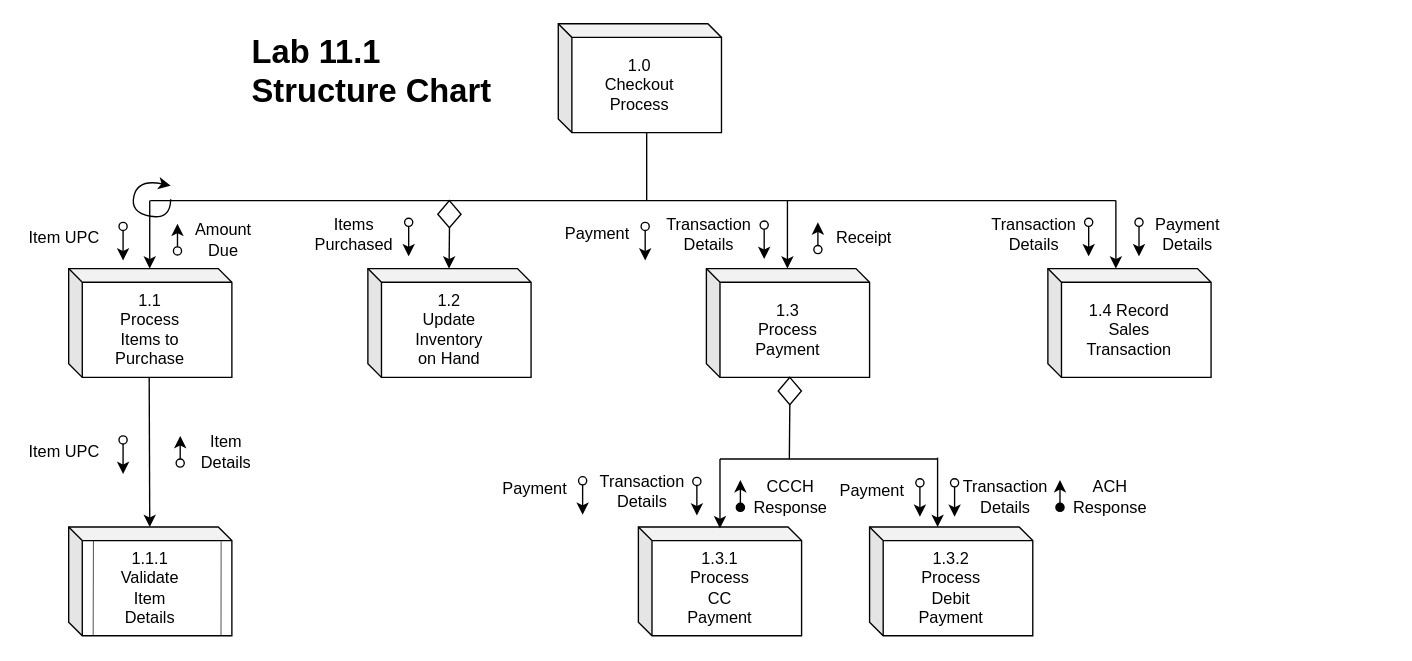
Above: week03/structure chard.drawio in Verokeli/demo02 (draw.io), before the change. Source tidied: cells renumbered, new cells numbered last; positions are measured from the earlier drawing's top-left corner, leaving out a move shared by most shapes. Both pictures are drawn from the tidied source at 136%, with x=0, y=0 at pixel (23, 23).
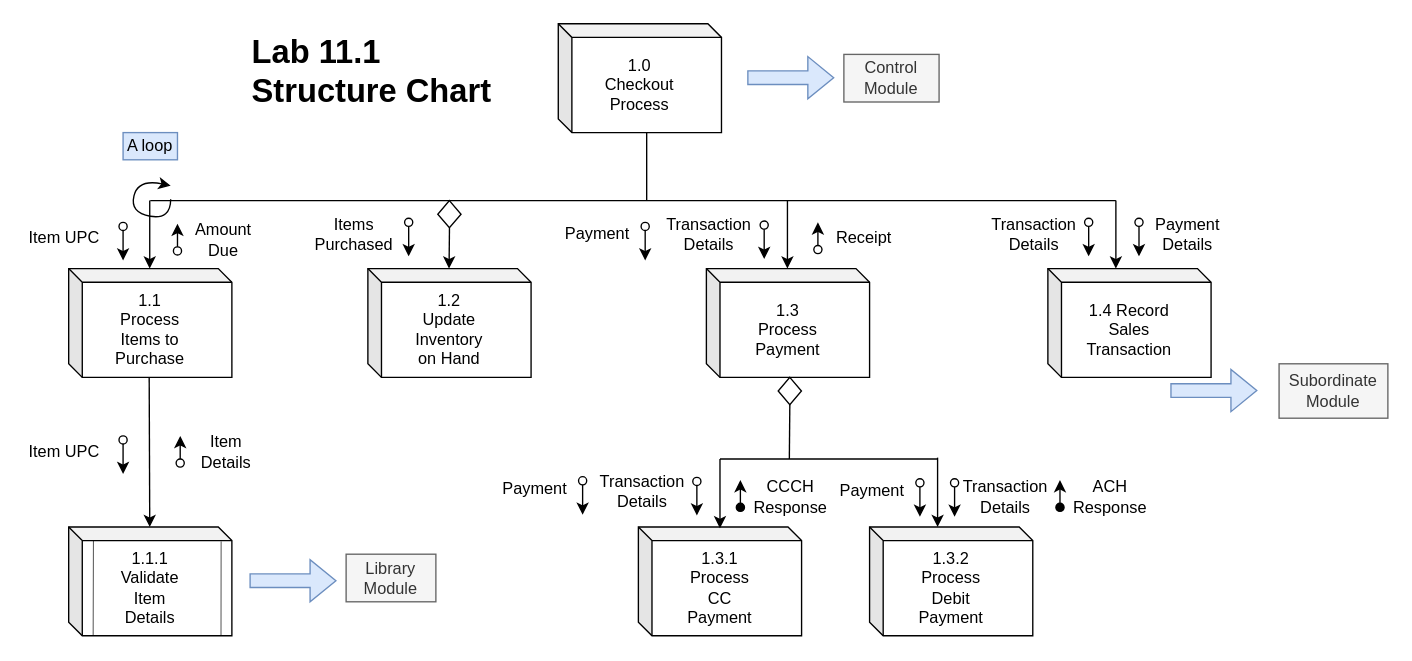
The same diagram, later.

Diff of the diagram source:
```diff
@@
+    <mxCell id="67" style="shape=flexArrow;endArrow=classic;html=1;rounded=0;fillColor=#dae8fc;strokeColor=#6c8ebf;" parent="1" edge="1">
+      <mxGeometry relative="1" as="geometry">
+        <mxPoint x="531.9" y="39.6" as="sourcePoint" />
+        <mxPoint x="596" y="39.6" as="targetPoint" />
+      </mxGeometry>
+    </mxCell>
+    <mxCell id="68" value="Control Module" style="text;html=1;align=center;verticalAlign=middle;whiteSpace=wrap;rounded=0;fillColor=#f5f5f5;fontColor=#333333;strokeColor=#666666;" parent="1" vertex="1">
+      <mxGeometry x="603" y="22.5" width="70" height="35" as="geometry" />
+    </mxCell>
+    <mxCell id="69" style="shape=flexArrow;endArrow=classic;html=1;rounded=0;fillColor=#dae8fc;strokeColor=#6c8ebf;" parent="1" edge="1">
+      <mxGeometry relative="1" as="geometry">
+        <mxPoint x="165.9" y="409.5" as="sourcePoint" />
+        <mxPoint x="230" y="409.5" as="targetPoint" />
+      </mxGeometry>
+    </mxCell>
+    <mxCell id="70" value="Library Module" style="text;html=1;align=center;verticalAlign=middle;whiteSpace=wrap;rounded=0;fillColor=#f5f5f5;fontColor=#333333;strokeColor=#666666;" parent="1" vertex="1">
+      <mxGeometry x="237" y="390" width="66" height="35" as="geometry" />
+    </mxCell>
+    <mxCell id="71" value="Subordinate Module" style="text;html=1;align=center;verticalAlign=middle;whiteSpace=wrap;rounded=0;fillColor=#f5f5f5;fontColor=#333333;strokeColor=#666666;" parent="1" vertex="1">
+      <mxGeometry x="923" y="250" width="80" height="40" as="geometry" />
+    </mxCell>
+    <mxCell id="72" style="shape=flexArrow;endArrow=classic;html=1;rounded=0;fillColor=#dae8fc;strokeColor=#6c8ebf;" parent="1" edge="1">
+      <mxGeometry relative="1" as="geometry">
+        <mxPoint x="843" y="269.7" as="sourcePoint" />
+        <mxPoint x="907.1" y="269.7" as="targetPoint" />
+      </mxGeometry>
+    </mxCell>
+    <mxCell id="73" value="A loop" style="text;html=1;align=center;verticalAlign=middle;whiteSpace=wrap;rounded=0;fillColor=#dae8fc;strokeColor=#6c8ebf;" parent="1" vertex="1">
+      <mxGeometry x="73" y="80" width="40" height="20" as="geometry" />
+    </mxCell>
```
